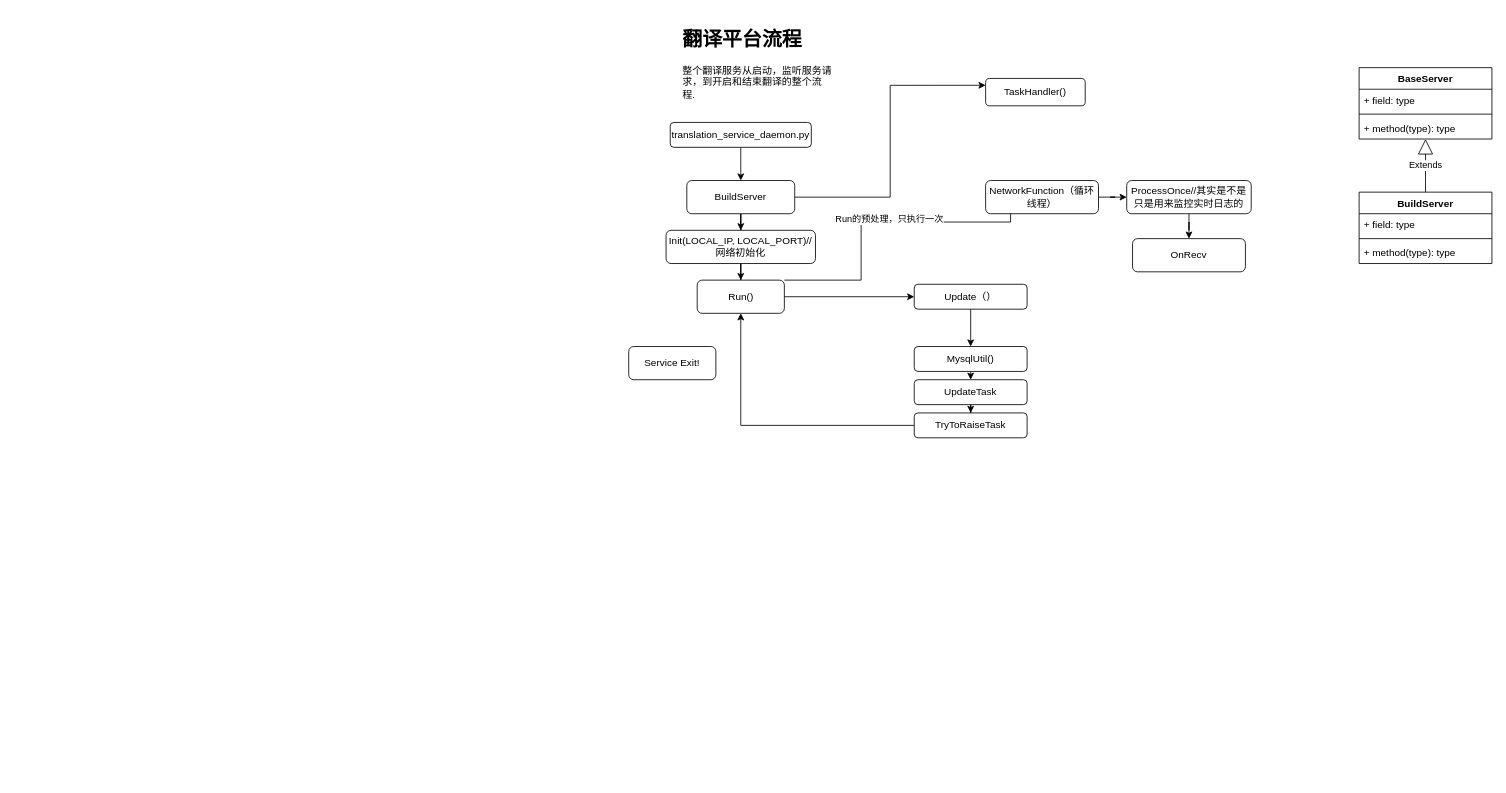
Above: Translation.drawio in gatzai/DrawioStorage (draw.io), before the change. Source tidied: cells renumbered, new cells numbered last; positions are measured from the earlier drawing's top-left corner, leaving out a move shared by most shapes. Both pictures are drawn from the tidied source at 83%, with x=0, y=0 at pixel (628, 22).
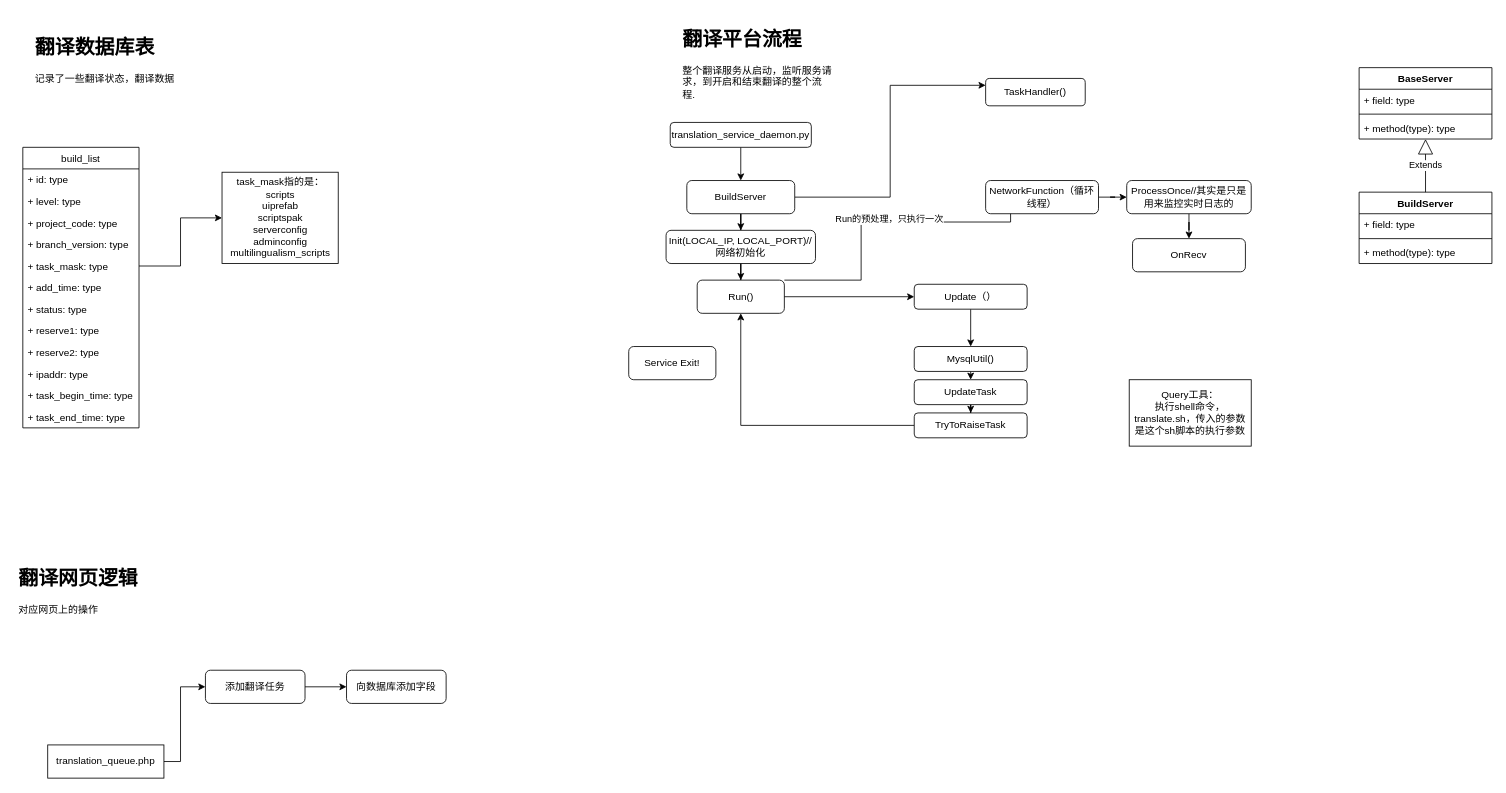
After the change.

Change to the diagram source:
```diff
@@
-    <mxCell id="36" value="ProcessOnce//其实是不是只是用来监控实时日志的" style="rounded=1;whiteSpace=wrap;html=1;" parent="1" vertex="1">
+    <mxCell id="36" value="ProcessOnce//其实是只是用来监控实时日志的" style="rounded=1;whiteSpace=wrap;html=1;" parent="1" vertex="1">
       <mxGeometry x="600" y="190" width="150" height="40" as="geometry" />
     </mxCell>
@@
+    <mxCell id="38" value="&lt;h1&gt;翻译数据库表&lt;/h1&gt;&lt;p&gt;记录了一些翻译状态，翻译数据&lt;/p&gt;" style="text;html=1;strokeColor=none;fillColor=none;spacing=5;spacingTop=-20;whiteSpace=wrap;overflow=hidden;rounded=0;direction=east;" parent="1" vertex="1">
+      <mxGeometry x="-720" y="10" width="190" height="120" as="geometry" />
+    </mxCell>
+    <mxCell id="39" value="build_list" style="swimlane;fontStyle=0;horizontal=1;startSize=26;fillColor=none;" parent="1" vertex="1">
+      <mxGeometry x="-730" y="150" width="140" height="338" as="geometry" />
+    </mxCell>
+    <mxCell id="40" value="+ id: type" style="text;strokeColor=none;fillColor=none;align=left;verticalAlign=top;spacingLeft=4;spacingRight=4;overflow=hidden;" parent="39" vertex="1">
+      <mxGeometry y="26" width="140" height="26" as="geometry" />
+    </mxCell>
+    <mxCell id="41" value="+ level: type" style="text;strokeColor=none;fillColor=none;align=left;verticalAlign=top;spacingLeft=4;spacingRight=4;overflow=hidden;" parent="39" vertex="1">
+      <mxGeometry y="52" width="140" height="26" as="geometry" />
+    </mxCell>
+    <mxCell id="42" value="+ project_code: type" style="text;strokeColor=none;fillColor=none;align=left;verticalAlign=top;spacingLeft=4;spacingRight=4;overflow=hidden;" parent="39" vertex="1">
+      <mxGeometry y="78" width="140" height="26" as="geometry" />
+    </mxCell>
+    <mxCell id="43" value="+ branch_version: type" style="text;strokeColor=none;fillColor=none;align=left;verticalAlign=top;spacingLeft=4;spacingRight=4;overflow=hidden;" parent="39" vertex="1">
+      <mxGeometry y="104" width="140" height="26" as="geometry" />
+    </mxCell>
+    <mxCell id="44" value="+ task_mask: type" style="text;strokeColor=none;fillColor=none;align=left;verticalAlign=top;spacingLeft=4;spacingRight=4;overflow=hidden;points=[[0,0.5],[1,0.5]];portConstraint=eastwest;" parent="39" vertex="1">
+      <mxGeometry y="130" width="140" height="26" as="geometry" />
+    </mxCell>
+    <mxCell id="45" value="+ add_time: type" style="text;strokeColor=none;fillColor=none;align=left;verticalAlign=top;spacingLeft=4;spacingRight=4;overflow=hidden;" parent="39" vertex="1">
+      <mxGeometry y="156" width="140" height="26" as="geometry" />
+    </mxCell>
+    <mxCell id="46" value="+ status: type" style="text;strokeColor=none;fillColor=none;align=left;verticalAlign=top;spacingLeft=4;spacingRight=4;overflow=hidden;" parent="39" vertex="1">
+      <mxGeometry y="182" width="140" height="26" as="geometry" />
+    </mxCell>
+    <mxCell id="47" value="+ reserve1: type" style="text;strokeColor=none;fillColor=none;align=left;verticalAlign=top;spacingLeft=4;spacingRight=4;overflow=hidden;" parent="39" vertex="1">
+      <mxGeometry y="208" width="140" height="26" as="geometry" />
+    </mxCell>
+    <mxCell id="48" value="+ reserve2: type" style="text;strokeColor=none;fillColor=none;align=left;verticalAlign=top;spacingLeft=4;spacingRight=4;overflow=hidden;" parent="39" vertex="1">
+      <mxGeometry y="234" width="140" height="26" as="geometry" />
+    </mxCell>
+    <mxCell id="49" value="+ ipaddr: type" style="text;strokeColor=none;fillColor=none;align=left;verticalAlign=top;spacingLeft=4;spacingRight=4;overflow=hidden;" parent="39" vertex="1">
+      <mxGeometry y="260" width="140" height="26" as="geometry" />
+    </mxCell>
+    <mxCell id="50" value="+ task_begin_time: type" style="text;strokeColor=none;fillColor=none;align=left;verticalAlign=top;spacingLeft=4;spacingRight=4;overflow=hidden;" parent="39" vertex="1">
+      <mxGeometry y="286" width="140" height="26" as="geometry" />
+    </mxCell>
+    <mxCell id="51" value="+ task_end_time: type" style="text;strokeColor=none;fillColor=none;align=left;verticalAlign=top;spacingLeft=4;spacingRight=4;overflow=hidden;" parent="39" vertex="1">
+      <mxGeometry y="312" width="140" height="26" as="geometry" />
+    </mxCell>
+    <mxCell id="52" style="edgeStyle=orthogonalEdgeStyle;rounded=0;jettySize=auto;html=1;" parent="1" edge="1" source="44" target="53">
+      <mxGeometry relative="1" as="geometry" />
+    </mxCell>
+    <mxCell id="53" value="task_mask指的是：&lt;br&gt;&lt;div&gt;scripts&lt;/div&gt;&lt;div&gt;uiprefab&lt;/div&gt;&lt;div&gt;scriptspak&lt;/div&gt;&lt;div&gt;serverconfig&lt;/div&gt;&lt;div&gt;adminconfig&lt;/div&gt;&lt;div&gt;multilingualism_scripts&lt;/div&gt;" style="html=1;" parent="1" vertex="1">
+      <mxGeometry x="-490" y="180" width="140" height="110" as="geometry" />
+    </mxCell>
+    <mxCell id="54" value="&lt;h1&gt;翻译网页逻辑&lt;/h1&gt;&lt;p&gt;对应网页上的操作&lt;/p&gt;" style="text;html=1;strokeColor=none;fillColor=none;spacing=5;spacingTop=-20;whiteSpace=wrap;overflow=hidden;rounded=0;direction=east;" parent="1" vertex="1">
+      <mxGeometry x="-740" y="650" width="190" height="120" as="geometry" />
+    </mxCell>
+    <mxCell id="55" style="edgeStyle=orthogonalEdgeStyle;rounded=0;jettySize=auto;html=1;exitX=1;exitY=0.5;exitDx=0;exitDy=0;" parent="1" edge="1" source="56" target="59">
+      <mxGeometry relative="1" as="geometry" />
+    </mxCell>
+    <mxCell id="56" value="添加翻译任务" style="rounded=1;whiteSpace=wrap;html=1;" parent="1" vertex="1">
+      <mxGeometry x="-510" y="780" width="120" height="40" as="geometry" />
+    </mxCell>
+    <mxCell id="57" style="edgeStyle=orthogonalEdgeStyle;rounded=0;jettySize=auto;html=1;" parent="1" edge="1" source="58" target="56">
+      <mxGeometry relative="1" as="geometry">
+        <Array as="points">
+          <mxPoint x="-540" y="890" />
+          <mxPoint x="-540" y="800" />
+        </Array>
+      </mxGeometry>
+    </mxCell>
+    <mxCell id="58" value="translation_queue.php" style="rounded=0;whiteSpace=wrap;html=1;" parent="1" vertex="1">
+      <mxGeometry x="-700" y="870" width="140" height="40" as="geometry" />
+    </mxCell>
+    <mxCell id="59" value="向数据库添加字段" style="rounded=1;whiteSpace=wrap;html=1;" parent="1" vertex="1">
+      <mxGeometry x="-340" y="780" width="120" height="40" as="geometry" />
+    </mxCell>
+    <mxCell id="60" value="Query工具：&lt;br&gt;执行shell命令，translate.sh，传入的参数是这个sh脚本的执行参数" style="rounded=0;whiteSpace=wrap;html=1;" parent="1" vertex="1">
+      <mxGeometry x="603" y="430" width="147" height="80" as="geometry" />
+    </mxCell>
```
